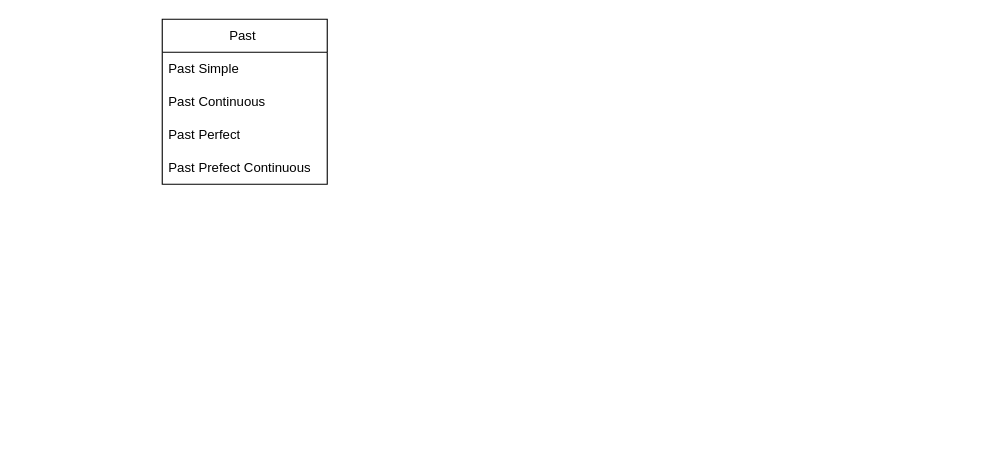
This is Времена в английском.drawio from FeraVerto/english, a draw.io file, before an edit. Source tidied: cells renumbered, new cells numbered last; positions are measured from the earlier drawing's top-left corner, leaving out a move shared by most shapes. Both pictures are drawn from the tidied source at 110%, with x=0, y=0 at pixel (162, 19).
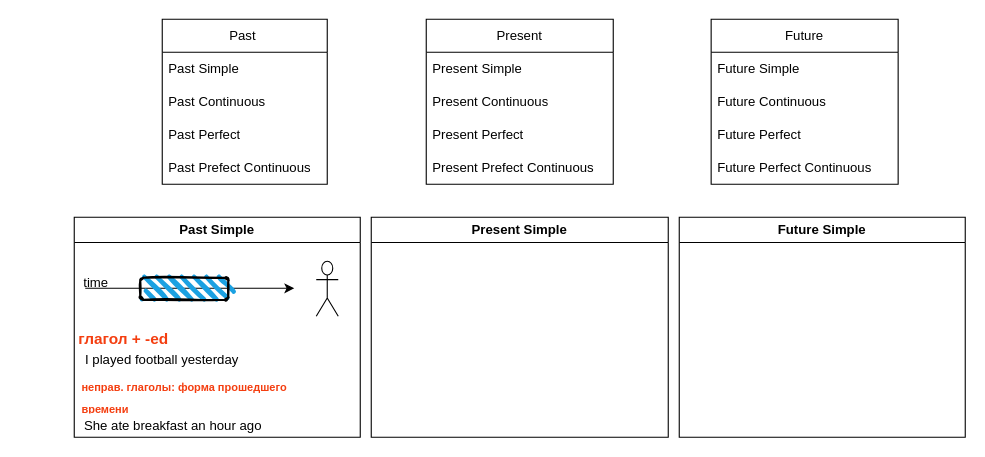
Above is the later version.

Diff of the diagram source:
```diff
@@
+    <mxCell id="7" value="Present" style="swimlane;fontStyle=0;horizontal=1;startSize=30;whiteSpace=wrap;html=1;" parent="1" vertex="1">
+      <mxGeometry x="240" width="170" height="150" as="geometry" />
+    </mxCell>
+    <mxCell id="8" value="Present Simple" style="text;strokeColor=none;fillColor=none;align=left;verticalAlign=middle;spacingLeft=4;spacingRight=4;overflow=hidden;whiteSpace=wrap;html=1;" parent="7" vertex="1">
+      <mxGeometry y="30" width="170" height="30" as="geometry" />
+    </mxCell>
+    <mxCell id="9" value="Present Continuous" style="text;strokeColor=none;fillColor=none;align=left;verticalAlign=middle;spacingLeft=4;spacingRight=4;overflow=hidden;whiteSpace=wrap;html=1;" parent="7" vertex="1">
+      <mxGeometry y="60" width="170" height="30" as="geometry" />
+    </mxCell>
+    <mxCell id="10" value="Present Perfect" style="text;strokeColor=none;fillColor=none;align=left;verticalAlign=middle;spacingLeft=4;spacingRight=4;overflow=hidden;whiteSpace=wrap;html=1;" parent="7" vertex="1">
+      <mxGeometry y="90" width="170" height="30" as="geometry" />
+    </mxCell>
+    <mxCell id="11" value="Present Prefect Continuous" style="text;strokeColor=none;fillColor=none;align=left;verticalAlign=middle;spacingLeft=4;spacingRight=4;overflow=hidden;whiteSpace=wrap;html=1;" parent="7" vertex="1">
+      <mxGeometry y="120" width="170" height="30" as="geometry" />
+    </mxCell>
+    <mxCell id="12" value="Future" style="swimlane;fontStyle=0;horizontal=1;startSize=30;whiteSpace=wrap;html=1;" parent="1" vertex="1">
+      <mxGeometry x="499" width="170" height="150" as="geometry" />
+    </mxCell>
+    <mxCell id="13" value="Future Simple" style="text;strokeColor=none;fillColor=none;align=left;verticalAlign=middle;spacingLeft=4;spacingRight=4;overflow=hidden;whiteSpace=wrap;html=1;" parent="12" vertex="1">
+      <mxGeometry y="30" width="170" height="30" as="geometry" />
+    </mxCell>
+    <mxCell id="14" value="Future Continuous" style="text;strokeColor=none;fillColor=none;align=left;verticalAlign=middle;spacingLeft=4;spacingRight=4;overflow=hidden;whiteSpace=wrap;html=1;" parent="12" vertex="1">
+      <mxGeometry y="60" width="170" height="30" as="geometry" />
+    </mxCell>
+    <mxCell id="15" value="Future Perfect" style="text;strokeColor=none;fillColor=none;align=left;verticalAlign=middle;spacingLeft=4;spacingRight=4;overflow=hidden;whiteSpace=wrap;html=1;" parent="12" vertex="1">
+      <mxGeometry y="90" width="170" height="30" as="geometry" />
+    </mxCell>
+    <mxCell id="16" value="Future Perfect Continuous" style="text;strokeColor=none;fillColor=none;align=left;verticalAlign=middle;spacingLeft=4;spacingRight=4;overflow=hidden;whiteSpace=wrap;html=1;" parent="12" vertex="1">
+      <mxGeometry y="120" width="170" height="30" as="geometry" />
+    </mxCell>
+    <mxCell id="17" value="Past Simple" style="swimlane;whiteSpace=wrap;html=1;" parent="1" vertex="1">
+      <mxGeometry x="-80" y="180" width="260" height="200" as="geometry" />
+    </mxCell>
+    <mxCell id="18" style="shape=umlActor;verticalLabelPosition=bottom;verticalAlign=top;html=1;" parent="17" vertex="1">
+      <mxGeometry x="220" y="40" width="20" height="50" as="geometry" />
+    </mxCell>
+    <mxCell id="19" style="endArrow=classic;html=1;rounded=0;exitX=0.375;exitY=0.729;exitDx=0;exitDy=0;exitPerimeter=0;" parent="17" edge="1" source="21">
+      <mxGeometry relative="1" as="geometry">
+        <mxPoint x="200" y="64.6" as="targetPoint" />
+      </mxGeometry>
+    </mxCell>
+    <mxCell id="20" style="rounded=1;whiteSpace=wrap;html=1;strokeWidth=2;fillWeight=4;hachureGap=8;hachureAngle=45;fillColor=#1ba1e2;sketch=1;" parent="17" vertex="1">
+      <mxGeometry x="60" y="55" width="80" height="20" as="geometry" />
+    </mxCell>
+    <mxCell id="21" value="time" style="text;html=1;strokeColor=none;fillColor=none;align=center;verticalAlign=middle;whiteSpace=wrap;overflow=hidden;" parent="17" vertex="1">
+      <mxGeometry x="-20" y="50" width="80" height="20" as="geometry" />
+    </mxCell>
+    <mxCell id="22" value="I played football yesterday" style="text;html=1;strokeColor=none;fillColor=none;align=center;verticalAlign=middle;whiteSpace=wrap;overflow=hidden;" parent="17" vertex="1">
+      <mxGeometry y="120" width="160" height="20" as="geometry" />
+    </mxCell>
+    <mxCell id="23" value="She ate breakfast an hour ago" style="text;html=1;strokeColor=none;fillColor=none;align=center;verticalAlign=middle;whiteSpace=wrap;overflow=hidden;" parent="17" vertex="1">
+      <mxGeometry y="180" width="180" height="20" as="geometry" />
+    </mxCell>
+    <mxCell id="24" value="глагол + -ed" style="text;html=1;strokeColor=none;fillColor=none;align=center;verticalAlign=middle;whiteSpace=wrap;overflow=hidden;fontStyle=1;fontColor=#f43e10;fontSize=14;" parent="17" vertex="1">
+      <mxGeometry x="-50" y="100" width="190" height="20" as="geometry" />
+    </mxCell>
+    <mxCell id="25" value="&lt;font style=&quot;font-size: 10px;&quot;&gt;неправ. глаголы: форма прошедшего времени&lt;/font&gt;" style="text;html=1;strokeColor=none;fillColor=none;align=left;verticalAlign=middle;whiteSpace=wrap;overflow=hidden;fontStyle=1;fontColor=#f43e10;fontSize=17;" parent="17" vertex="1">
+      <mxGeometry x="5" y="140" width="215" height="40" as="geometry" />
+    </mxCell>
+    <mxCell id="26" value="Present Simple" style="swimlane;whiteSpace=wrap;html=1;" parent="1" vertex="1">
+      <mxGeometry x="190" y="180" width="270" height="200" as="geometry" />
+    </mxCell>
+    <mxCell id="27" value="Future Simple" style="swimlane;whiteSpace=wrap;html=1;" parent="1" vertex="1">
+      <mxGeometry x="470" y="180" width="260" height="200" as="geometry" />
+    </mxCell>
```
